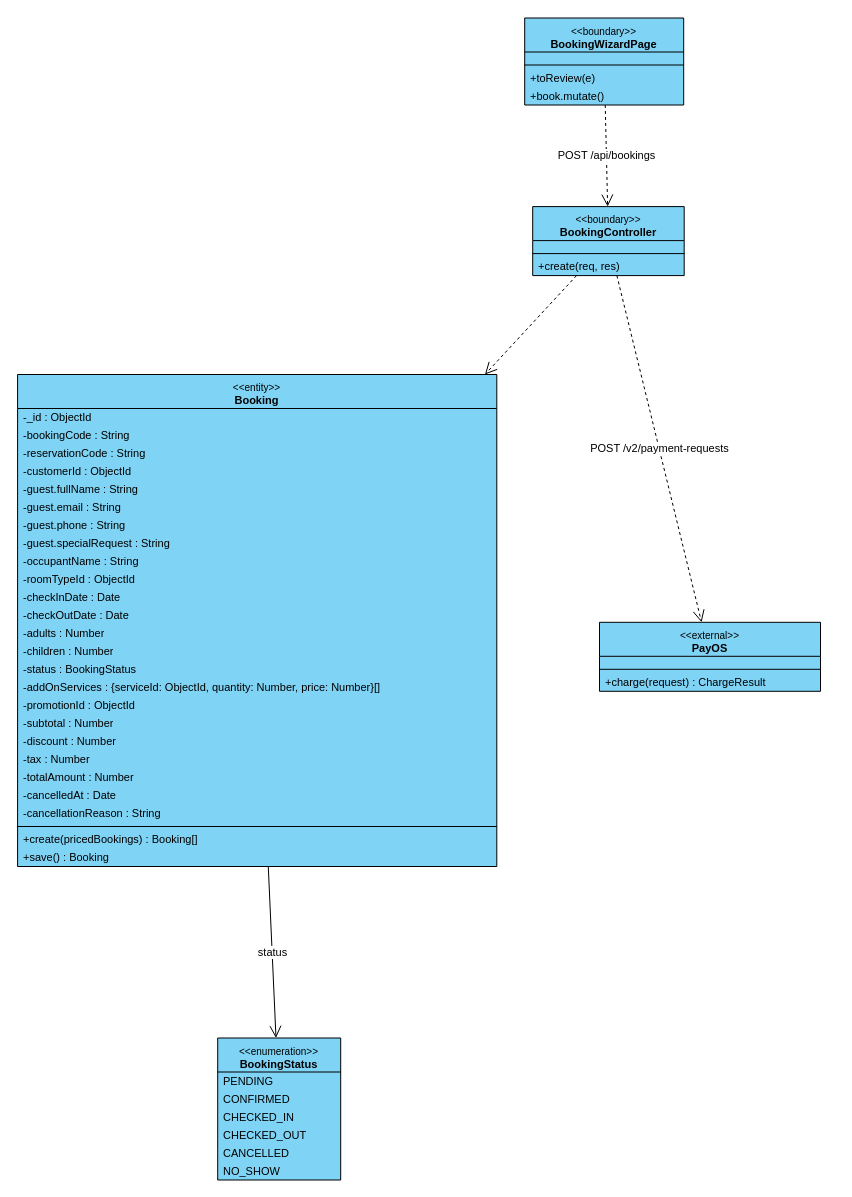
toikobi401/SWD392 keeps this draw.io diagram as final/diagrams/M3_Booking-And-Customer_Diagrams/class_diagrams/CD-10_UC-G07_BookRoom.drawio. Above is the earlier version. Source tidied: cells renumbered, new cells numbered last; positions are measured from the earlier drawing's top-left corner, leaving out a move shared by most shapes. Both pictures are drawn from the tidied source at 100%, with x=0, y=0 at pixel (17, 17).
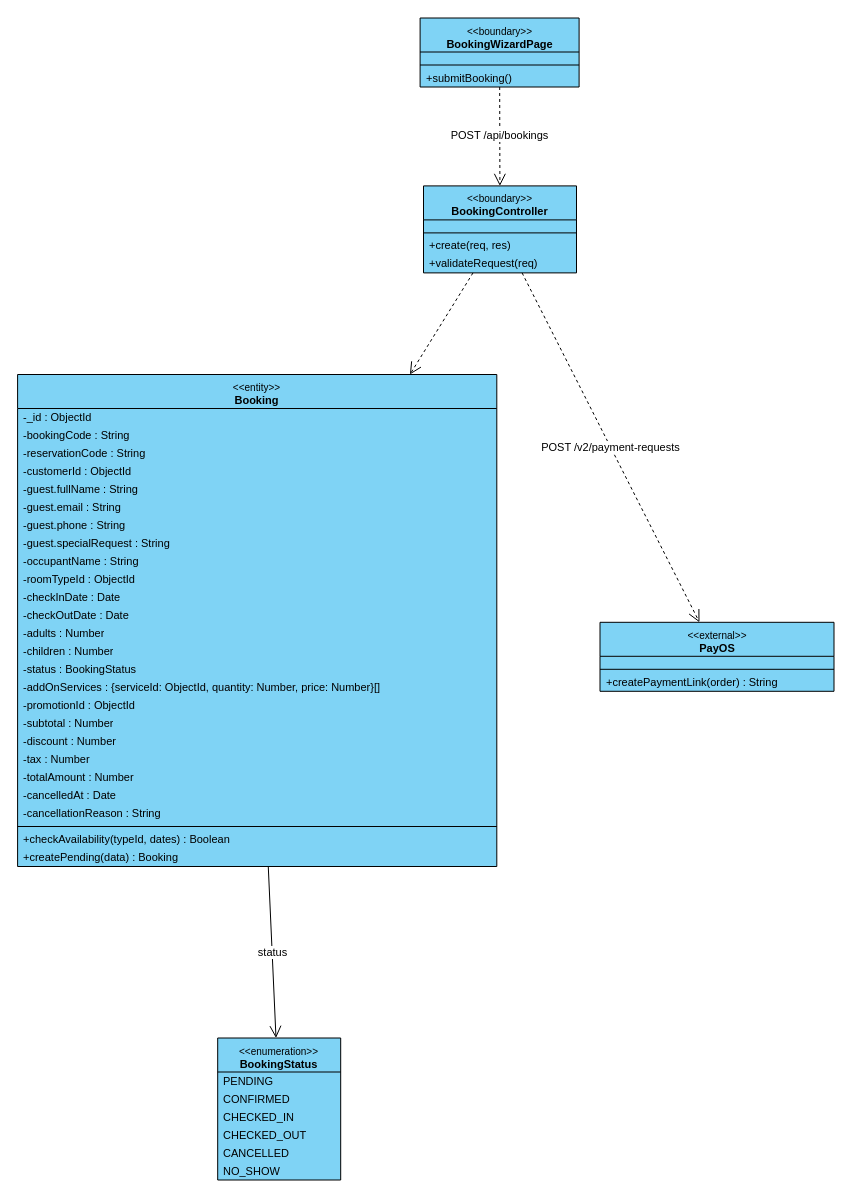
The same page after the edit.

Unchanged cells that the change refers to:
```xml
<mxCell id="11" value="&lt;font style=&quot;font-size:10px&quot;&gt;&amp;lt;&amp;lt;entity&amp;gt;&amp;gt;&lt;/font&gt;&lt;br&gt;&lt;b&gt;Booking&lt;/b&gt;" style="swimlane;fontStyle=0;align=center;verticalAlign=top;horizontal=1;startSize=34;html=1;whiteSpace=wrap;fontSize=11;fillColor=#7fd3f5;swimlaneFillColor=#7fd3f5;strokeColor=#000000;" parent="1" vertex="1">
  <mxGeometry x="0.1" y="357" width="479.2" height="492" as="geometry" />
</mxCell>
```

Diff of the diagram source:
```diff
@@
     <mxCell id="2" value="&lt;font style=&quot;font-size:10px&quot;&gt;&amp;lt;&amp;lt;boundary&amp;gt;&amp;gt;&lt;/font&gt;&lt;br&gt;&lt;b&gt;BookingWizardPage&lt;/b&gt;" style="swimlane;fontStyle=0;align=center;verticalAlign=top;horizontal=1;startSize=34;html=1;whiteSpace=wrap;fontSize=11;fillColor=#7fd3f5;swimlaneFillColor=#7fd3f5;strokeColor=#000000;" parent="1" vertex="1">
-      <mxGeometry x="507.2" y="0.5" width="159" height="87" as="geometry" />
+      <mxGeometry x="402.6" y="0.5" width="159" height="69" as="geometry" />
     </mxCell>
@@
-    <mxCell id="5" value="+toReview(e)" style="text;strokeColor=none;fillColor=none;align=left;verticalAlign=middle;spacingLeft=4;spacingRight=4;overflow=hidden;whiteSpace=nowrap;html=1;fontSize=11;" parent="2" vertex="1">
+    <mxCell id="5" value="+submitBooking()" style="text;strokeColor=none;fillColor=none;align=left;verticalAlign=middle;spacingLeft=4;spacingRight=4;overflow=hidden;whiteSpace=nowrap;html=1;fontSize=11;" parent="2" vertex="1">
       <mxGeometry y="51" width="159" height="18" as="geometry" />
     </mxCell>
-    <mxCell id="6" value="+book.mutate()" style="text;strokeColor=none;fillColor=none;align=left;verticalAlign=middle;spacingLeft=4;spacingRight=4;overflow=hidden;whiteSpace=nowrap;html=1;fontSize=11;" parent="2" vertex="1">
-      <mxGeometry y="69" width="159" height="18" as="geometry" />
-    </mxCell>
     <mxCell id="7" value="&lt;font style=&quot;font-size:10px&quot;&gt;&amp;lt;&amp;lt;boundary&amp;gt;&amp;gt;&lt;/font&gt;&lt;br&gt;&lt;b&gt;BookingController&lt;/b&gt;" style="swimlane;fontStyle=0;align=center;verticalAlign=top;horizontal=1;startSize=34;html=1;whiteSpace=wrap;fontSize=11;fillColor=#7fd3f5;swimlaneFillColor=#7fd3f5;strokeColor=#000000;" parent="1" vertex="1">
-      <mxGeometry x="515.2" y="189.1" width="151.5" height="69" as="geometry" />
+      <mxGeometry x="406" y="168.4" width="153" height="87" as="geometry" />
     </mxCell>
     <mxCell id="8" style="text;strokeColor=none;fillColor=none;html=1;" parent="7" vertex="1">
-      <mxGeometry y="34" width="151.5" height="9" as="geometry" />
+      <mxGeometry y="34" width="153" height="9" as="geometry" />
     </mxCell>
     <mxCell id="9" style="line;strokeWidth=1;fillColor=none;align=left;verticalAlign=middle;spacingTop=-1;spacingLeft=3;spacingRight=3;labelPosition=right;strokeColor=#000000;" parent="7" vertex="1">
-      <mxGeometry y="43" width="151.5" height="8" as="geometry" />
+      <mxGeometry y="43" width="153" height="8" as="geometry" />
     </mxCell>
     <mxCell id="10" value="+create(req, res)" style="text;strokeColor=none;fillColor=none;align=left;verticalAlign=middle;spacingLeft=4;spacingRight=4;overflow=hidden;whiteSpace=nowrap;html=1;fontSize=11;" parent="7" vertex="1">
-      <mxGeometry y="51" width="151.5" height="18" as="geometry" />
+      <mxGeometry y="51" width="153" height="18" as="geometry" />
     </mxCell>
+    <mxCell id="53" value="+validateRequest(req)" style="text;strokeColor=none;fillColor=none;align=left;verticalAlign=middle;spacingLeft=4;spacingRight=4;overflow=hidden;whiteSpace=nowrap;html=1;fontSize=11;" parent="7" vertex="1">
+      <mxGeometry y="69" width="153" height="18" as="geometry" />
+    </mxCell>
@@
-    <mxCell id="36" value="+create(pricedBookings) : Booking[]" style="text;strokeColor=none;fillColor=none;align=left;verticalAlign=middle;spacingLeft=4;spacingRight=4;overflow=hidden;whiteSpace=nowrap;html=1;fontSize=11;" parent="11" vertex="1">
+    <mxCell id="36" value="+checkAvailability(typeId, dates) : Boolean" style="text;strokeColor=none;fillColor=none;align=left;verticalAlign=middle;spacingLeft=4;spacingRight=4;overflow=hidden;whiteSpace=nowrap;html=1;fontSize=11;" parent="11" vertex="1">
       <mxGeometry y="456" width="479.2" height="18" as="geometry" />
     </mxCell>
-    <mxCell id="37" value="+save() : Booking" style="text;strokeColor=none;fillColor=none;align=left;verticalAlign=middle;spacingLeft=4;spacingRight=4;overflow=hidden;whiteSpace=nowrap;html=1;fontSize=11;" parent="11" vertex="1">
+    <mxCell id="37" value="+createPending(data) : Booking" style="text;strokeColor=none;fillColor=none;align=left;verticalAlign=middle;spacingLeft=4;spacingRight=4;overflow=hidden;whiteSpace=nowrap;html=1;fontSize=11;" parent="11" vertex="1">
       <mxGeometry y="474" width="479.2" height="18" as="geometry" />
     </mxCell>
@@
     <mxCell id="45" value="&lt;font style=&quot;font-size:10px&quot;&gt;&amp;lt;&amp;lt;external&amp;gt;&amp;gt;&lt;/font&gt;&lt;br&gt;&lt;b&gt;PayOS&lt;/b&gt;" style="swimlane;fontStyle=0;align=center;verticalAlign=top;horizontal=1;startSize=34;html=1;whiteSpace=wrap;fontSize=11;fillColor=#7fd3f5;swimlaneFillColor=#7fd3f5;strokeColor=#000000;" parent="1" vertex="1">
-      <mxGeometry x="582" y="604.8" width="221" height="69" as="geometry" />
+      <mxGeometry x="582.5" y="604.8" width="234" height="69" as="geometry" />
     </mxCell>
     <mxCell id="46" style="text;strokeColor=none;fillColor=none;html=1;" parent="45" vertex="1">
-      <mxGeometry y="34" width="221" height="9" as="geometry" />
+      <mxGeometry y="34" width="234" height="9" as="geometry" />
     </mxCell>
     <mxCell id="47" style="line;strokeWidth=1;fillColor=none;align=left;verticalAlign=middle;spacingTop=-1;spacingLeft=3;spacingRight=3;labelPosition=right;strokeColor=#000000;" parent="45" vertex="1">
-      <mxGeometry y="43" width="221" height="8" as="geometry" />
+      <mxGeometry y="43" width="234" height="8" as="geometry" />
     </mxCell>
-    <mxCell id="48" value="+charge(request) : ChargeResult" style="text;strokeColor=none;fillColor=none;align=left;verticalAlign=middle;spacingLeft=4;spacingRight=4;overflow=hidden;whiteSpace=nowrap;html=1;fontSize=11;" parent="45" vertex="1">
-      <mxGeometry y="51" width="221" height="18" as="geometry" />
+    <mxCell id="48" value="+createPaymentLink(order) : String" style="text;strokeColor=none;fillColor=none;align=left;verticalAlign=middle;spacingLeft=4;spacingRight=4;overflow=hidden;whiteSpace=nowrap;html=1;fontSize=11;" parent="45" vertex="1">
+      <mxGeometry y="51" width="234" height="18" as="geometry" />
     </mxCell>
```
